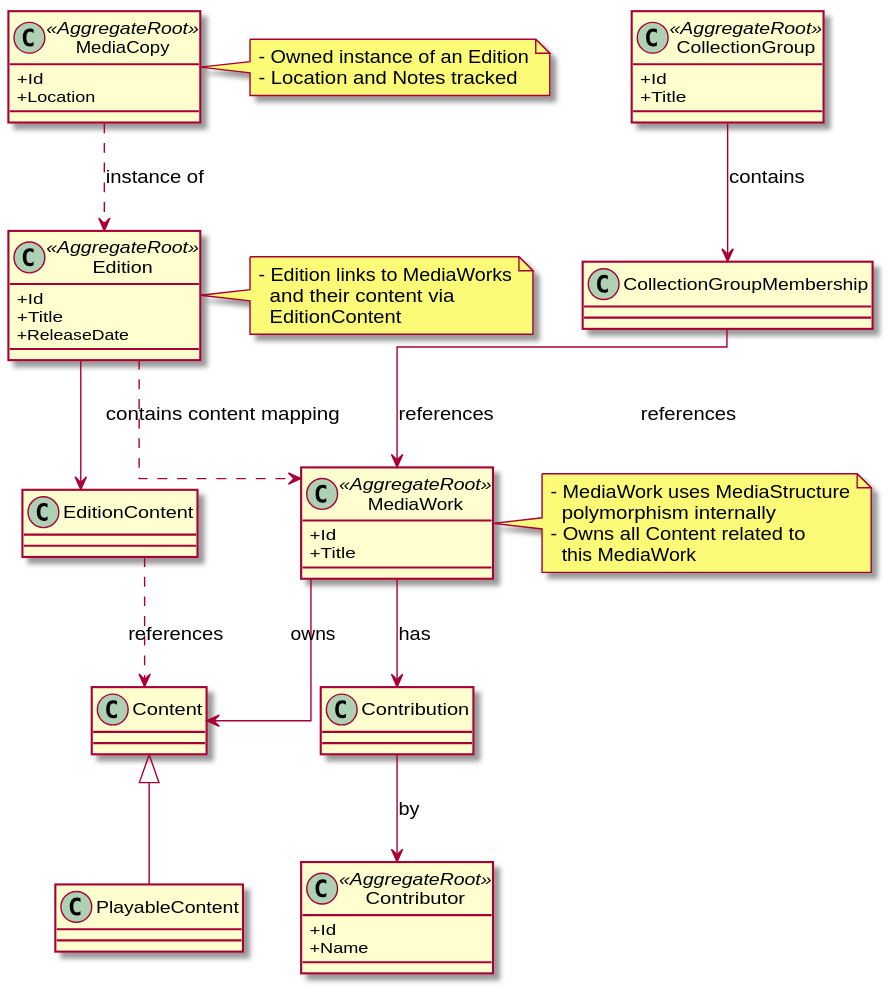
yantue/colleq keeps this PlantUML diagram as docs/diagrams/domain/domain-overview.svg. Above is the earlier version.
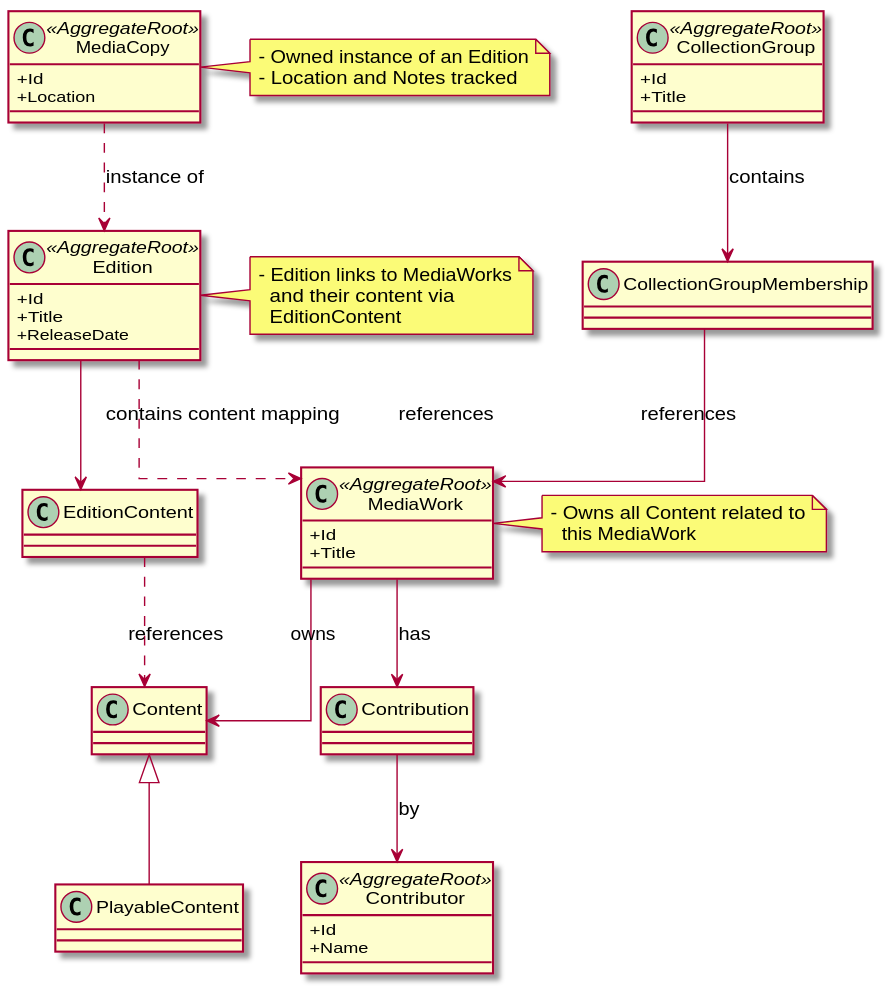
Later version of the same file.

Commit message:
Auto-generate UML diagrams

What changed in the source:
```diff
@@ -49,8 +49,6 @@
 EditionContent ..> Content : references
 
 note right of MediaWork
-- MediaWork uses MediaStructure
-  polymorphism internally
 - Owns all Content related to
   this MediaWork
 end note
```
